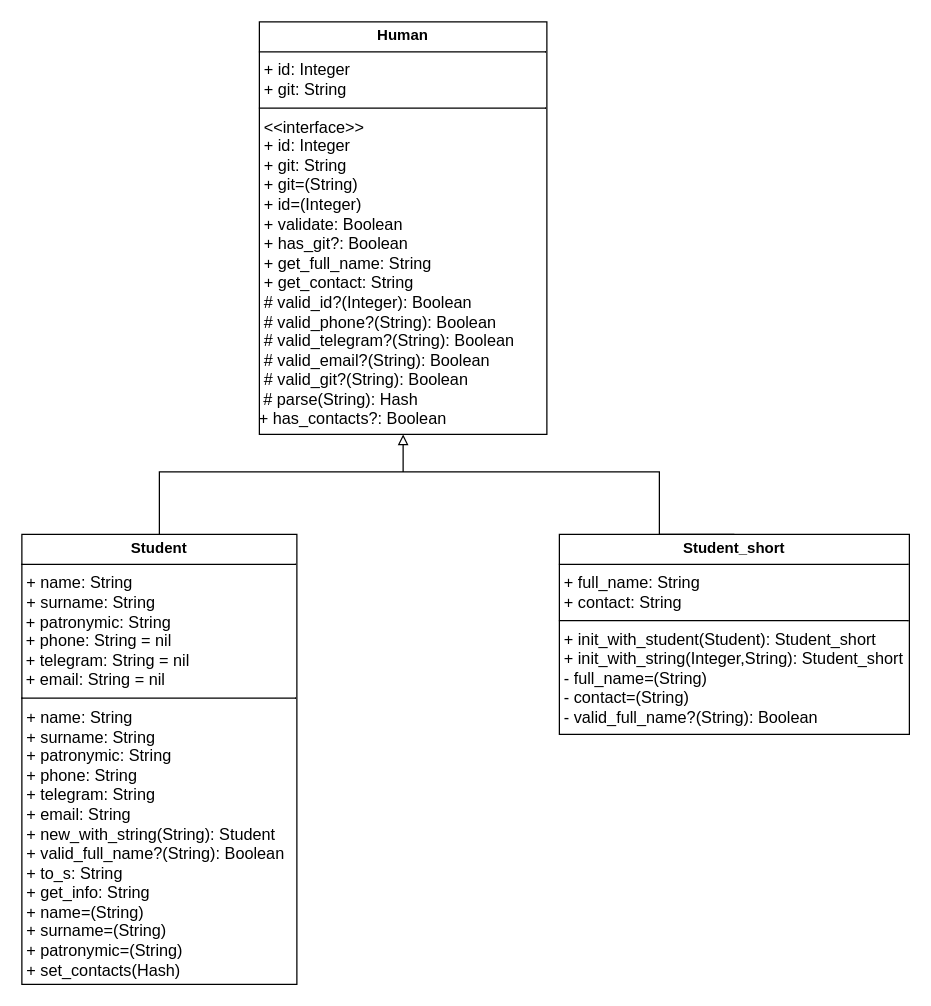
Before: Students/class_diagram.drawio in mighty-mlrisen/design-patterns, a draw.io diagram. Source tidied: cells renumbered, new cells numbered last; positions are measured from the earlier drawing's top-left corner, leaving out a move shared by most shapes. Both pictures are drawn from the tidied source at 125%, with x=0, y=0 at pixel (21, 21).
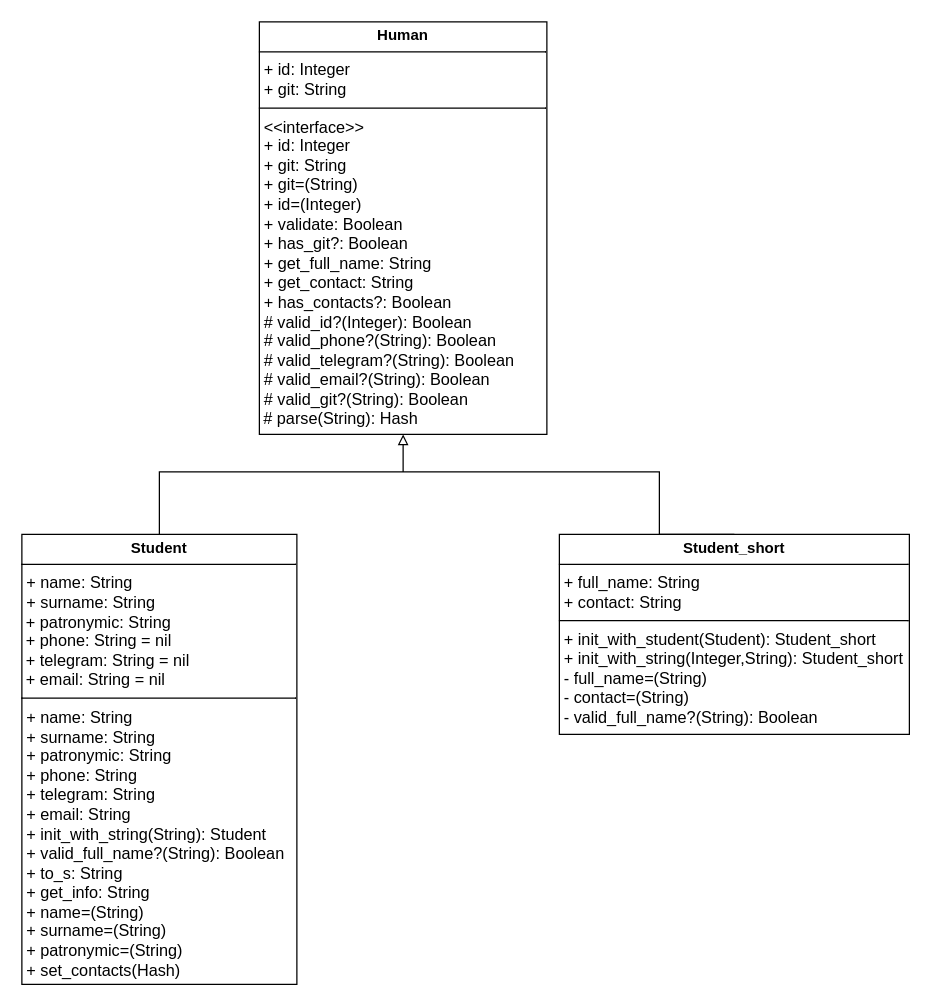
The same diagram, later.

Commit message (it also covers changes not shown here):
lab2: fix class diargam

Change to the diagram source:
```diff
@@
-    <mxCell id="2" value="&lt;p style=&quot;margin:0px;margin-top:4px;text-align:center;&quot;&gt;&lt;b&gt;Student&lt;/b&gt;&lt;/p&gt;&lt;hr size=&quot;1&quot; style=&quot;border-style:solid;&quot;&gt;&lt;p style=&quot;margin: 0px 0px 0px 4px; font-size: 13px;&quot;&gt;&lt;font style=&quot;font-size: 13px;&quot;&gt;+ name: String&lt;/font&gt;&lt;/p&gt;&lt;p style=&quot;margin: 0px 0px 0px 4px; font-size: 13px;&quot;&gt;&lt;font style=&quot;font-size: 13px;&quot;&gt;+ surname: String&lt;br&gt;&lt;/font&gt;&lt;/p&gt;&lt;div style=&quot;font-size: 13px;&quot;&gt;&lt;font style=&quot;font-size: 13px;&quot;&gt;&amp;nbsp;&lt;span style=&quot;background-color: initial;&quot;&gt;+&amp;nbsp;&lt;/span&gt;&lt;span style=&quot;background-color: initial;&quot;&gt;patronymic&lt;/span&gt;&lt;span style=&quot;background-color: initial;&quot;&gt;: String&lt;/span&gt;&lt;/font&gt;&lt;/div&gt;&lt;div style=&quot;font-size: 13px;&quot;&gt;&lt;font style=&quot;font-size: 13px;&quot;&gt;&lt;span style=&quot;background-color: initial;&quot;&gt;&amp;nbsp;&lt;/span&gt;&lt;span style=&quot;background-color: initial;&quot;&gt;+&amp;nbsp;&lt;/span&gt;&lt;span style=&quot;background-color: initial;&quot;&gt;phone&lt;/span&gt;&lt;span style=&quot;background-color: initial;&quot;&gt;: String = nil&lt;/span&gt;&lt;/font&gt;&lt;/div&gt;&lt;div style=&quot;font-size: 13px;&quot;&gt;&lt;font style=&quot;font-size: 13px;&quot;&gt;&lt;span style=&quot;background-color: initial;&quot;&gt;&amp;nbsp;&lt;/span&gt;&lt;span style=&quot;background-color: initial;&quot;&gt;+&amp;nbsp;&lt;/span&gt;&lt;span style=&quot;background-color: initial;&quot;&gt;telegram&lt;/span&gt;&lt;span style=&quot;background-color: initial;&quot;&gt;: String = nil&lt;/span&gt;&lt;/font&gt;&lt;/div&gt;&lt;div style=&quot;font-size: 13px;&quot;&gt;&lt;font style=&quot;font-size: 13px;&quot;&gt;&lt;span style=&quot;background-color: initial;&quot;&gt;&amp;nbsp;&lt;/span&gt;&lt;span style=&quot;background-color: initial;&quot;&gt;+&amp;nbsp;&lt;/span&gt;&lt;span style=&quot;background-color: initial;&quot;&gt;email&lt;/span&gt;&lt;span style=&quot;background-color: initial;&quot;&gt;: String = nil&lt;/span&gt;&lt;/font&gt;&lt;/div&gt;&lt;hr size=&quot;1&quot; style=&quot;border-style: solid; font-size: 13px;&quot;&gt;&lt;p style=&quot;margin: 0px 0px 0px 4px; font-size: 13px;&quot;&gt;&lt;font style=&quot;font-size: 13px;&quot;&gt;+ name&lt;/font&gt;&lt;span style=&quot;background-color: initial;&quot;&gt;: String&lt;/span&gt;&lt;/p&gt;&lt;p style=&quot;margin: 0px 0px 0px 4px; font-size: 13px;&quot;&gt;&lt;font style=&quot;font-size: 13px;&quot;&gt;+ surname: String&lt;br&gt;&lt;/font&gt;&lt;/p&gt;&lt;p style=&quot;margin: 0px 0px 0px 4px; font-size: 13px;&quot;&gt;&lt;font style=&quot;font-size: 13px;&quot;&gt;+ patronymic: String&lt;br&gt;&lt;/font&gt;&lt;/p&gt;&lt;p style=&quot;margin: 0px 0px 0px 4px; font-size: 13px;&quot;&gt;&lt;font style=&quot;font-size: 13px;&quot;&gt;+ phone: String&lt;br&gt;&lt;/font&gt;&lt;/p&gt;&lt;p style=&quot;margin: 0px 0px 0px 4px; font-size: 13px;&quot;&gt;&lt;font style=&quot;font-size: 13px;&quot;&gt;+ telegram: String&lt;br&gt;&lt;/font&gt;&lt;/p&gt;&lt;p style=&quot;margin: 0px 0px 0px 4px; font-size: 13px;&quot;&gt;&lt;font style=&quot;font-size: 13px;&quot;&gt;+ email: String&lt;br&gt;&lt;/font&gt;&lt;/p&gt;&lt;p style=&quot;margin: 0px 0px 0px 4px; font-size: 13px;&quot;&gt;&lt;font style=&quot;font-size: 13px;&quot;&gt;+ new_with_string(&lt;/font&gt;&lt;span style=&quot;background-color: initial;&quot;&gt;String&lt;/span&gt;&lt;span style=&quot;background-color: initial;&quot;&gt;): Student&lt;/span&gt;&lt;/p&gt;&lt;p style=&quot;margin: 0px 0px 0px 4px; font-size: 13px;&quot;&gt;&lt;font style=&quot;font-size: 13px;&quot;&gt;+ valid_full_name?(&lt;/font&gt;&lt;span style=&quot;background-color: initial;&quot;&gt;String&lt;/span&gt;&lt;span style=&quot;background-color: initial;&quot;&gt;): Boolean&lt;/span&gt;&lt;/p&gt;&lt;p style=&quot;margin: 0px 0px 0px 4px; font-size: 13px;&quot;&gt;&lt;font style=&quot;font-size: 13px;&quot;&gt;+ to_s: String&lt;br&gt;&lt;/font&gt;&lt;/p&gt;&lt;p style=&quot;margin: 0px 0px 0px 4px; font-size: 13px;&quot;&gt;&lt;font style=&quot;font-size: 13px;&quot;&gt;+ get_info: String&lt;/font&gt;&lt;/p&gt;&lt;p style=&quot;margin: 0px 0px 0px 4px; font-size: 13px;&quot;&gt;&lt;font style=&quot;font-size: 13px;&quot;&gt;+&amp;nbsp;name&lt;span style=&quot;background-color: initial;&quot;&gt;=(&lt;/span&gt;&lt;/font&gt;&lt;span style=&quot;background-color: initial;&quot;&gt;String&lt;/span&gt;&lt;span style=&quot;background-color: initial;&quot;&gt;)&lt;/span&gt;&lt;/p&gt;&lt;p style=&quot;margin: 0px 0px 0px 4px; font-size: 13px;&quot;&gt;&lt;font style=&quot;font-size: 13px;&quot;&gt;+ surname&lt;span style=&quot;background-color: initial;&quot;&gt;=(&lt;/span&gt;&lt;/font&gt;&lt;span style=&quot;background-color: initial;&quot;&gt;String&lt;/span&gt;&lt;span style=&quot;background-color: initial;&quot;&gt;)&lt;/span&gt;&lt;/p&gt;&lt;p style=&quot;margin: 0px 0px 0px 4px; font-size: 13px;&quot;&gt;&lt;font style=&quot;font-size: 13px;&quot;&gt;+ patronymic=(&lt;/font&gt;&lt;span style=&quot;background-color: initial;&quot;&gt;String&lt;/span&gt;&lt;span style=&quot;background-color: initial;&quot;&gt;)&lt;/span&gt;&lt;/p&gt;&lt;p style=&quot;margin: 0px 0px 0px 4px; font-size: 13px;&quot;&gt;&lt;span style=&quot;background-color: initial;&quot;&gt;+&amp;nbsp;set_contacts(Hash)&lt;/span&gt;&lt;/p&gt;&lt;p style=&quot;margin: 0px 0px 0px 4px; font-size: 13px;&quot;&gt;&lt;br&gt;&lt;/p&gt;&lt;p style=&quot;margin: 0px 0px 0px 4px; font-size: 13px;&quot;&gt;&lt;br&gt;&lt;/p&gt;" style="verticalAlign=top;align=left;overflow=fill;html=1;whiteSpace=wrap;" parent="1" vertex="1">
+    <mxCell id="2" value="&lt;p style=&quot;margin:0px;margin-top:4px;text-align:center;&quot;&gt;&lt;b&gt;Student&lt;/b&gt;&lt;/p&gt;&lt;hr size=&quot;1&quot; style=&quot;border-style:solid;&quot;&gt;&lt;p style=&quot;margin: 0px 0px 0px 4px; font-size: 13px;&quot;&gt;&lt;font style=&quot;font-size: 13px;&quot;&gt;+ name: String&lt;/font&gt;&lt;/p&gt;&lt;p style=&quot;margin: 0px 0px 0px 4px; font-size: 13px;&quot;&gt;&lt;font style=&quot;font-size: 13px;&quot;&gt;+ surname: String&lt;br&gt;&lt;/font&gt;&lt;/p&gt;&lt;div style=&quot;font-size: 13px;&quot;&gt;&lt;font style=&quot;font-size: 13px;&quot;&gt;&amp;nbsp;&lt;span style=&quot;background-color: initial;&quot;&gt;+&amp;nbsp;&lt;/span&gt;&lt;span style=&quot;background-color: initial;&quot;&gt;patronymic&lt;/span&gt;&lt;span style=&quot;background-color: initial;&quot;&gt;: String&lt;/span&gt;&lt;/font&gt;&lt;/div&gt;&lt;div style=&quot;font-size: 13px;&quot;&gt;&lt;font style=&quot;font-size: 13px;&quot;&gt;&lt;span style=&quot;background-color: initial;&quot;&gt;&amp;nbsp;&lt;/span&gt;&lt;span style=&quot;background-color: initial;&quot;&gt;+&amp;nbsp;&lt;/span&gt;&lt;span style=&quot;background-color: initial;&quot;&gt;phone&lt;/span&gt;&lt;span style=&quot;background-color: initial;&quot;&gt;: String = nil&lt;/span&gt;&lt;/font&gt;&lt;/div&gt;&lt;div style=&quot;font-size: 13px;&quot;&gt;&lt;font style=&quot;font-size: 13px;&quot;&gt;&lt;span style=&quot;background-color: initial;&quot;&gt;&amp;nbsp;&lt;/span&gt;&lt;span style=&quot;background-color: initial;&quot;&gt;+&amp;nbsp;&lt;/span&gt;&lt;span style=&quot;background-color: initial;&quot;&gt;telegram&lt;/span&gt;&lt;span style=&quot;background-color: initial;&quot;&gt;: String = nil&lt;/span&gt;&lt;/font&gt;&lt;/div&gt;&lt;div style=&quot;font-size: 13px;&quot;&gt;&lt;font style=&quot;font-size: 13px;&quot;&gt;&lt;span style=&quot;background-color: initial;&quot;&gt;&amp;nbsp;&lt;/span&gt;&lt;span style=&quot;background-color: initial;&quot;&gt;+&amp;nbsp;&lt;/span&gt;&lt;span style=&quot;background-color: initial;&quot;&gt;email&lt;/span&gt;&lt;span style=&quot;background-color: initial;&quot;&gt;: String = nil&lt;/span&gt;&lt;/font&gt;&lt;/div&gt;&lt;hr size=&quot;1&quot; style=&quot;border-style: solid; font-size: 13px;&quot;&gt;&lt;p style=&quot;margin: 0px 0px 0px 4px; font-size: 13px;&quot;&gt;&lt;font style=&quot;font-size: 13px;&quot;&gt;+ name&lt;/font&gt;&lt;span style=&quot;background-color: initial;&quot;&gt;: String&lt;/span&gt;&lt;/p&gt;&lt;p style=&quot;margin: 0px 0px 0px 4px; font-size: 13px;&quot;&gt;&lt;font style=&quot;font-size: 13px;&quot;&gt;+ surname: String&lt;br&gt;&lt;/font&gt;&lt;/p&gt;&lt;p style=&quot;margin: 0px 0px 0px 4px; font-size: 13px;&quot;&gt;&lt;font style=&quot;font-size: 13px;&quot;&gt;+ patronymic: String&lt;br&gt;&lt;/font&gt;&lt;/p&gt;&lt;p style=&quot;margin: 0px 0px 0px 4px; font-size: 13px;&quot;&gt;&lt;font style=&quot;font-size: 13px;&quot;&gt;+ phone: String&lt;br&gt;&lt;/font&gt;&lt;/p&gt;&lt;p style=&quot;margin: 0px 0px 0px 4px; font-size: 13px;&quot;&gt;&lt;font style=&quot;font-size: 13px;&quot;&gt;+ telegram: String&lt;br&gt;&lt;/font&gt;&lt;/p&gt;&lt;p style=&quot;margin: 0px 0px 0px 4px; font-size: 13px;&quot;&gt;&lt;font style=&quot;font-size: 13px;&quot;&gt;+ email: String&lt;br&gt;&lt;/font&gt;&lt;/p&gt;&lt;p style=&quot;margin: 0px 0px 0px 4px; font-size: 13px;&quot;&gt;&lt;font style=&quot;font-size: 13px;&quot;&gt;+ init_with_string(&lt;/font&gt;&lt;span style=&quot;background-color: initial;&quot;&gt;String&lt;/span&gt;&lt;span style=&quot;background-color: initial;&quot;&gt;): Student&lt;/span&gt;&lt;/p&gt;&lt;p style=&quot;margin: 0px 0px 0px 4px; font-size: 13px;&quot;&gt;&lt;font style=&quot;font-size: 13px;&quot;&gt;+ valid_full_name?(&lt;/font&gt;&lt;span style=&quot;background-color: initial;&quot;&gt;String&lt;/span&gt;&lt;span style=&quot;background-color: initial;&quot;&gt;): Boolean&lt;/span&gt;&lt;/p&gt;&lt;p style=&quot;margin: 0px 0px 0px 4px; font-size: 13px;&quot;&gt;&lt;font style=&quot;font-size: 13px;&quot;&gt;+ to_s: String&lt;br&gt;&lt;/font&gt;&lt;/p&gt;&lt;p style=&quot;margin: 0px 0px 0px 4px; font-size: 13px;&quot;&gt;&lt;font style=&quot;font-size: 13px;&quot;&gt;+ get_info: String&lt;/font&gt;&lt;/p&gt;&lt;p style=&quot;margin: 0px 0px 0px 4px; font-size: 13px;&quot;&gt;&lt;font style=&quot;font-size: 13px;&quot;&gt;+&amp;nbsp;name&lt;span style=&quot;background-color: initial;&quot;&gt;=(&lt;/span&gt;&lt;/font&gt;&lt;span style=&quot;background-color: initial;&quot;&gt;String&lt;/span&gt;&lt;span style=&quot;background-color: initial;&quot;&gt;)&lt;/span&gt;&lt;/p&gt;&lt;p style=&quot;margin: 0px 0px 0px 4px; font-size: 13px;&quot;&gt;&lt;font style=&quot;font-size: 13px;&quot;&gt;+ surname&lt;span style=&quot;background-color: initial;&quot;&gt;=(&lt;/span&gt;&lt;/font&gt;&lt;span style=&quot;background-color: initial;&quot;&gt;String&lt;/span&gt;&lt;span style=&quot;background-color: initial;&quot;&gt;)&lt;/span&gt;&lt;/p&gt;&lt;p style=&quot;margin: 0px 0px 0px 4px; font-size: 13px;&quot;&gt;&lt;font style=&quot;font-size: 13px;&quot;&gt;+ patronymic=(&lt;/font&gt;&lt;span style=&quot;background-color: initial;&quot;&gt;String&lt;/span&gt;&lt;span style=&quot;background-color: initial;&quot;&gt;)&lt;/span&gt;&lt;/p&gt;&lt;p style=&quot;margin: 0px 0px 0px 4px; font-size: 13px;&quot;&gt;&lt;span style=&quot;background-color: initial;&quot;&gt;+&amp;nbsp;set_contacts(Hash)&lt;/span&gt;&lt;/p&gt;&lt;p style=&quot;margin: 0px 0px 0px 4px; font-size: 13px;&quot;&gt;&lt;br&gt;&lt;/p&gt;&lt;p style=&quot;margin: 0px 0px 0px 4px; font-size: 13px;&quot;&gt;&lt;br&gt;&lt;/p&gt;" style="verticalAlign=top;align=left;overflow=fill;html=1;whiteSpace=wrap;" parent="1" vertex="1">
       <mxGeometry y="410" width="220" height="360" as="geometry" />
     </mxCell>
@@
-    <mxCell id="5" value="&lt;p style=&quot;margin:0px;margin-top:4px;text-align:center;&quot;&gt;&lt;b&gt;Human&lt;/b&gt;&lt;/p&gt;&lt;hr size=&quot;1&quot; style=&quot;border-style:solid;&quot;&gt;&lt;p style=&quot;margin: 0px 0px 0px 4px; font-size: 13px;&quot;&gt;&lt;font style=&quot;font-size: 13px;&quot;&gt;+ id: Integer&lt;/font&gt;&lt;/p&gt;&lt;p style=&quot;margin: 0px 0px 0px 4px; font-size: 13px;&quot;&gt;&lt;font style=&quot;font-size: 13px;&quot;&gt;+ git: String&lt;/font&gt;&lt;/p&gt;&lt;hr size=&quot;1&quot; style=&quot;border-style: solid; font-size: 13px;&quot;&gt;&lt;p style=&quot;margin: 0px 0px 0px 4px;&quot;&gt;&lt;span style=&quot;font-size: 13px;&quot;&gt;&amp;lt;&amp;lt;interface&amp;gt;&amp;gt;&lt;/span&gt;&lt;/p&gt;&lt;p style=&quot;margin: 0px 0px 0px 4px;&quot;&gt;&lt;font style=&quot;&quot;&gt;&lt;font style=&quot;font-size: 13px;&quot;&gt;+ id&lt;/font&gt;&lt;span style=&quot;font-size: 13px; background-color: initial;&quot;&gt;: Integer&lt;/span&gt;&lt;br&gt;&lt;/font&gt;&lt;/p&gt;&lt;p style=&quot;margin: 0px 0px 0px 4px; font-size: 13px;&quot;&gt;&lt;font style=&quot;font-size: 13px;&quot;&gt;+ git&lt;span style=&quot;background-color: initial;&quot;&gt;: String&lt;/span&gt;&lt;br&gt;&lt;/font&gt;&lt;/p&gt;&lt;p style=&quot;font-size: 13px; margin: 0px 0px 0px 4px;&quot;&gt;+&amp;nbsp;git=(String)&lt;br&gt;&lt;/p&gt;&lt;p style=&quot;margin: 0px 0px 0px 4px; font-size: 13px;&quot;&gt;&lt;/p&gt;&lt;p style=&quot;font-size: 13px; margin: 0px 0px 0px 4px;&quot;&gt;+&amp;nbsp;id&lt;span style=&quot;background-color: initial;&quot;&gt;=(Integer)&lt;/span&gt;&lt;/p&gt;&lt;p style=&quot;margin: 0px 0px 0px 4px; font-size: 13px;&quot;&gt;+ validate: Boolean&lt;br&gt;&lt;/p&gt;&lt;p style=&quot;margin: 0px 0px 0px 4px; font-size: 13px;&quot;&gt;&lt;/p&gt;&lt;p style=&quot;margin: 0px 0px 0px 4px; font-size: 13px;&quot;&gt;+ has_git?:&amp;nbsp;&lt;span style=&quot;background-color: initial;&quot;&gt;Boolean&lt;/span&gt;&lt;/p&gt;&lt;p style=&quot;margin: 0px 0px 0px 4px; font-size: 13px;&quot;&gt;+ get_full_name: String&lt;br&gt;&lt;/p&gt;&lt;p style=&quot;margin: 0px 0px 0px 4px; font-size: 13px;&quot;&gt;+ get_contact: String&lt;/p&gt;&lt;p style=&quot;margin: 0px 0px 0px 4px; font-size: 13px;&quot;&gt;&lt;font style=&quot;font-size: 13px;&quot;&gt;# valid_id?(&lt;/font&gt;&lt;span style=&quot;background-color: initial;&quot;&gt;Integer&lt;/span&gt;&lt;font style=&quot;background-color: initial;&quot;&gt;):&amp;nbsp;&lt;/font&gt;&lt;span style=&quot;background-color: initial;&quot;&gt;Boolean&lt;/span&gt;&lt;/p&gt;&lt;p style=&quot;margin: 0px 0px 0px 4px; font-size: 13px;&quot;&gt;&lt;font style=&quot;font-size: 13px;&quot;&gt;# valid_phone?(&lt;/font&gt;&lt;span style=&quot;background-color: initial;&quot;&gt;String&lt;/span&gt;&lt;span style=&quot;background-color: initial;&quot;&gt;):&amp;nbsp;&lt;/span&gt;&lt;span style=&quot;background-color: initial;&quot;&gt;Boolean&lt;/span&gt;&lt;/p&gt;&lt;p style=&quot;margin: 0px 0px 0px 4px; font-size: 13px;&quot;&gt;&lt;font style=&quot;font-size: 13px;&quot;&gt;# valid_telegram?(&lt;/font&gt;&lt;span style=&quot;background-color: initial;&quot;&gt;String&lt;/span&gt;&lt;span style=&quot;background-color: initial;&quot;&gt;):&amp;nbsp;&lt;/span&gt;&lt;span style=&quot;background-color: initial;&quot;&gt;Boolean&lt;/span&gt;&lt;/p&gt;&lt;div style=&quot;font-size: 13px;&quot;&gt;&lt;p style=&quot;margin: 0px 0px 0px 4px;&quot;&gt;&lt;font style=&quot;font-size: 13px;&quot;&gt;# valid_email?(&lt;/font&gt;&lt;span style=&quot;background-color: initial;&quot;&gt;String&lt;/span&gt;&lt;span style=&quot;background-color: initial;&quot;&gt;):&amp;nbsp;&lt;/span&gt;&lt;span style=&quot;background-color: initial;&quot;&gt;Boolean&lt;/span&gt;&lt;/p&gt;&lt;/div&gt;&lt;div style=&quot;font-size: 13px;&quot;&gt;&lt;p style=&quot;margin: 0px 0px 0px 4px;&quot;&gt;&lt;font style=&quot;font-size: 13px;&quot;&gt;# valid_git?(&lt;/font&gt;&lt;span style=&quot;background-color: initial;&quot;&gt;String&lt;/span&gt;&lt;span style=&quot;background-color: initial;&quot;&gt;):&amp;nbsp;&lt;/span&gt;&lt;span style=&quot;background-color: initial;&quot;&gt;Boolean&lt;/span&gt;&lt;/p&gt;&lt;/div&gt;&lt;div style=&quot;font-size: 13px;&quot;&gt;&lt;font style=&quot;font-size: 13px;&quot;&gt;&amp;nbsp;#&amp;nbsp;parse(&lt;/font&gt;&lt;span style=&quot;background-color: initial;&quot;&gt;String&lt;/span&gt;&lt;span style=&quot;background-color: initial;&quot;&gt;): Hash&lt;/span&gt;&lt;/div&gt;&lt;div style=&quot;font-size: 13px;&quot;&gt;+ has_contacts?: Boolean&lt;span style=&quot;background-color: initial;&quot;&gt;&lt;br&gt;&lt;/span&gt;&lt;/div&gt;&lt;div style=&quot;font-size: 13px;&quot;&gt;&lt;font style=&quot;font-size: 13px;&quot;&gt;&lt;div&gt;&lt;br&gt;&lt;/div&gt;&lt;div&gt;&lt;br&gt;&lt;/div&gt;&lt;/font&gt;&lt;/div&gt;&lt;div style=&quot;font-size: 13px;&quot;&gt;&lt;font style=&quot;font-size: 13px;&quot;&gt;&lt;br&gt;&lt;/font&gt;&lt;/div&gt;&lt;div style=&quot;font-size: 13px;&quot;&gt;&lt;font style=&quot;font-size: 13px;&quot;&gt;&lt;br&gt;&lt;/font&gt;&lt;/div&gt;&lt;div style=&quot;font-size: 13px;&quot;&gt;&lt;font style=&quot;font-size: 13px;&quot;&gt;&lt;br&gt;&lt;/font&gt;&lt;/div&gt;&lt;p style=&quot;margin:0px;margin-left:4px;&quot;&gt;&lt;br&gt;&lt;/p&gt;&lt;p style=&quot;margin:0px;margin-left:4px;&quot;&gt;&lt;br&gt;&lt;/p&gt;" style="verticalAlign=top;align=left;overflow=fill;html=1;whiteSpace=wrap;" parent="1" vertex="1">
+    <mxCell id="5" value="&lt;p style=&quot;margin:0px;margin-top:4px;text-align:center;&quot;&gt;&lt;b&gt;Human&lt;/b&gt;&lt;/p&gt;&lt;hr size=&quot;1&quot; style=&quot;border-style:solid;&quot;&gt;&lt;p style=&quot;margin: 0px 0px 0px 4px; font-size: 13px;&quot;&gt;&lt;font style=&quot;font-size: 13px;&quot;&gt;+ id: Integer&lt;/font&gt;&lt;/p&gt;&lt;p style=&quot;margin: 0px 0px 0px 4px; font-size: 13px;&quot;&gt;&lt;font style=&quot;font-size: 13px;&quot;&gt;+ git: String&lt;/font&gt;&lt;/p&gt;&lt;hr size=&quot;1&quot; style=&quot;border-style: solid; font-size: 13px;&quot;&gt;&lt;p style=&quot;margin: 0px 0px 0px 4px;&quot;&gt;&lt;span style=&quot;font-size: 13px;&quot;&gt;&amp;lt;&amp;lt;interface&amp;gt;&amp;gt;&lt;/span&gt;&lt;/p&gt;&lt;p style=&quot;margin: 0px 0px 0px 4px;&quot;&gt;&lt;font style=&quot;&quot;&gt;&lt;font style=&quot;font-size: 13px;&quot;&gt;+ id&lt;/font&gt;&lt;span style=&quot;font-size: 13px; background-color: initial;&quot;&gt;: Integer&lt;/span&gt;&lt;br&gt;&lt;/font&gt;&lt;/p&gt;&lt;p style=&quot;margin: 0px 0px 0px 4px; font-size: 13px;&quot;&gt;&lt;font style=&quot;font-size: 13px;&quot;&gt;+ git&lt;span style=&quot;background-color: initial;&quot;&gt;: String&lt;/span&gt;&lt;br&gt;&lt;/font&gt;&lt;/p&gt;&lt;p style=&quot;font-size: 13px; margin: 0px 0px 0px 4px;&quot;&gt;+&amp;nbsp;git=(String)&lt;br&gt;&lt;/p&gt;&lt;p style=&quot;margin: 0px 0px 0px 4px; font-size: 13px;&quot;&gt;&lt;/p&gt;&lt;p style=&quot;font-size: 13px; margin: 0px 0px 0px 4px;&quot;&gt;+&amp;nbsp;id&lt;span style=&quot;background-color: initial;&quot;&gt;=(Integer)&lt;/span&gt;&lt;/p&gt;&lt;p style=&quot;margin: 0px 0px 0px 4px; font-size: 13px;&quot;&gt;+ validate: Boolean&lt;br&gt;&lt;/p&gt;&lt;p style=&quot;margin: 0px 0px 0px 4px; font-size: 13px;&quot;&gt;&lt;/p&gt;&lt;p style=&quot;margin: 0px 0px 0px 4px; font-size: 13px;&quot;&gt;+ has_git?:&amp;nbsp;&lt;span style=&quot;background-color: initial;&quot;&gt;Boolean&lt;/span&gt;&lt;/p&gt;&lt;p style=&quot;margin: 0px 0px 0px 4px; font-size: 13px;&quot;&gt;+ get_full_name: String&lt;br&gt;&lt;/p&gt;&lt;p style=&quot;margin: 0px 0px 0px 4px; font-size: 13px;&quot;&gt;+ get_contact: String&lt;/p&gt;&lt;p style=&quot;margin: 0px 0px 0px 4px; font-size: 13px;&quot;&gt;+ has_contacts?: Boolean&lt;br&gt;&lt;/p&gt;&lt;p style=&quot;margin: 0px 0px 0px 4px; font-size: 13px;&quot;&gt;&lt;font style=&quot;font-size: 13px;&quot;&gt;# valid_id?(&lt;/font&gt;&lt;span style=&quot;background-color: initial;&quot;&gt;Integer&lt;/span&gt;&lt;font style=&quot;background-color: initial;&quot;&gt;):&amp;nbsp;&lt;/font&gt;&lt;span style=&quot;background-color: initial;&quot;&gt;Boolean&lt;/span&gt;&lt;/p&gt;&lt;p style=&quot;margin: 0px 0px 0px 4px; font-size: 13px;&quot;&gt;&lt;font style=&quot;font-size: 13px;&quot;&gt;# valid_phone?(&lt;/font&gt;&lt;span style=&quot;background-color: initial;&quot;&gt;String&lt;/span&gt;&lt;span style=&quot;background-color: initial;&quot;&gt;):&amp;nbsp;&lt;/span&gt;&lt;span style=&quot;background-color: initial;&quot;&gt;Boolean&lt;/span&gt;&lt;/p&gt;&lt;p style=&quot;margin: 0px 0px 0px 4px; font-size: 13px;&quot;&gt;&lt;font style=&quot;font-size: 13px;&quot;&gt;# valid_telegram?(&lt;/font&gt;&lt;span style=&quot;background-color: initial;&quot;&gt;String&lt;/span&gt;&lt;span style=&quot;background-color: initial;&quot;&gt;):&amp;nbsp;&lt;/span&gt;&lt;span style=&quot;background-color: initial;&quot;&gt;Boolean&lt;/span&gt;&lt;/p&gt;&lt;div style=&quot;font-size: 13px;&quot;&gt;&lt;p style=&quot;margin: 0px 0px 0px 4px;&quot;&gt;&lt;font style=&quot;font-size: 13px;&quot;&gt;# valid_email?(&lt;/font&gt;&lt;span style=&quot;background-color: initial;&quot;&gt;String&lt;/span&gt;&lt;span style=&quot;background-color: initial;&quot;&gt;):&amp;nbsp;&lt;/span&gt;&lt;span style=&quot;background-color: initial;&quot;&gt;Boolean&lt;/span&gt;&lt;/p&gt;&lt;/div&gt;&lt;div style=&quot;font-size: 13px;&quot;&gt;&lt;p style=&quot;margin: 0px 0px 0px 4px;&quot;&gt;&lt;font style=&quot;font-size: 13px;&quot;&gt;# valid_git?(&lt;/font&gt;&lt;span style=&quot;background-color: initial;&quot;&gt;String&lt;/span&gt;&lt;span style=&quot;background-color: initial;&quot;&gt;):&amp;nbsp;&lt;/span&gt;&lt;span style=&quot;background-color: initial;&quot;&gt;Boolean&lt;/span&gt;&lt;/p&gt;&lt;/div&gt;&lt;div style=&quot;font-size: 13px;&quot;&gt;&lt;font style=&quot;font-size: 13px;&quot;&gt;&amp;nbsp;#&amp;nbsp;parse(&lt;/font&gt;&lt;span style=&quot;background-color: initial;&quot;&gt;String&lt;/span&gt;&lt;span style=&quot;background-color: initial;&quot;&gt;): Hash&lt;/span&gt;&lt;/div&gt;&lt;div style=&quot;font-size: 13px;&quot;&gt;&lt;span style=&quot;background-color: initial;&quot;&gt;&lt;br&gt;&lt;/span&gt;&lt;/div&gt;&lt;div style=&quot;font-size: 13px;&quot;&gt;&lt;font style=&quot;font-size: 13px;&quot;&gt;&lt;div&gt;&lt;br&gt;&lt;/div&gt;&lt;div&gt;&lt;br&gt;&lt;/div&gt;&lt;/font&gt;&lt;/div&gt;&lt;div style=&quot;font-size: 13px;&quot;&gt;&lt;font style=&quot;font-size: 13px;&quot;&gt;&lt;br&gt;&lt;/font&gt;&lt;/div&gt;&lt;div style=&quot;font-size: 13px;&quot;&gt;&lt;font style=&quot;font-size: 13px;&quot;&gt;&lt;br&gt;&lt;/font&gt;&lt;/div&gt;&lt;div style=&quot;font-size: 13px;&quot;&gt;&lt;font style=&quot;font-size: 13px;&quot;&gt;&lt;br&gt;&lt;/font&gt;&lt;/div&gt;&lt;p style=&quot;margin:0px;margin-left:4px;&quot;&gt;&lt;br&gt;&lt;/p&gt;&lt;p style=&quot;margin:0px;margin-left:4px;&quot;&gt;&lt;br&gt;&lt;/p&gt;" style="verticalAlign=top;align=left;overflow=fill;html=1;whiteSpace=wrap;" parent="1" vertex="1">
       <mxGeometry x="190" width="230" height="330" as="geometry" />
     </mxCell>
```
